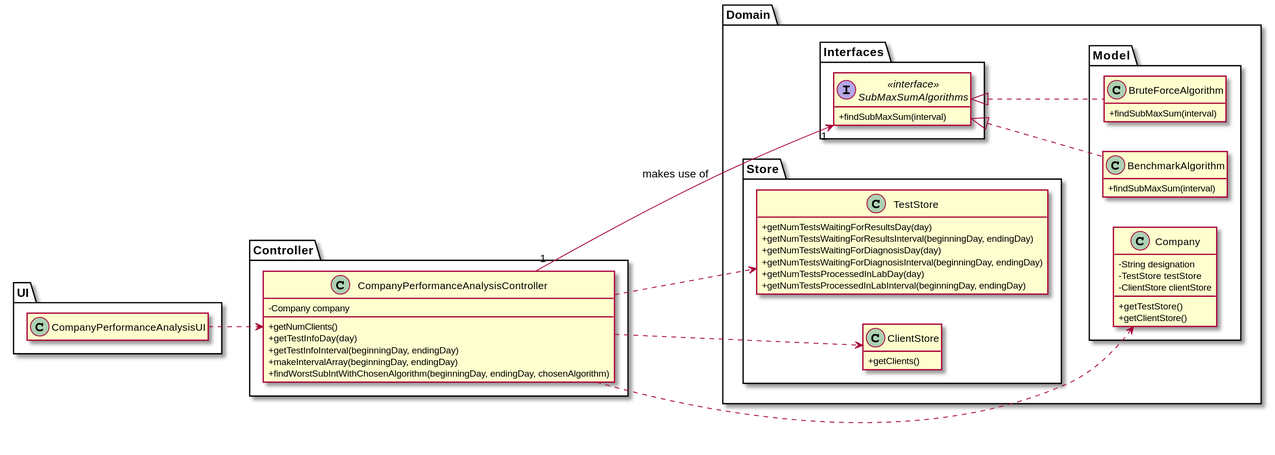
Before: docs/SprintD/US_16/US016_CD_WithPackages.svg, a diagram exported from PlantUML (ana-albergaria/LAPR2-ISEP).
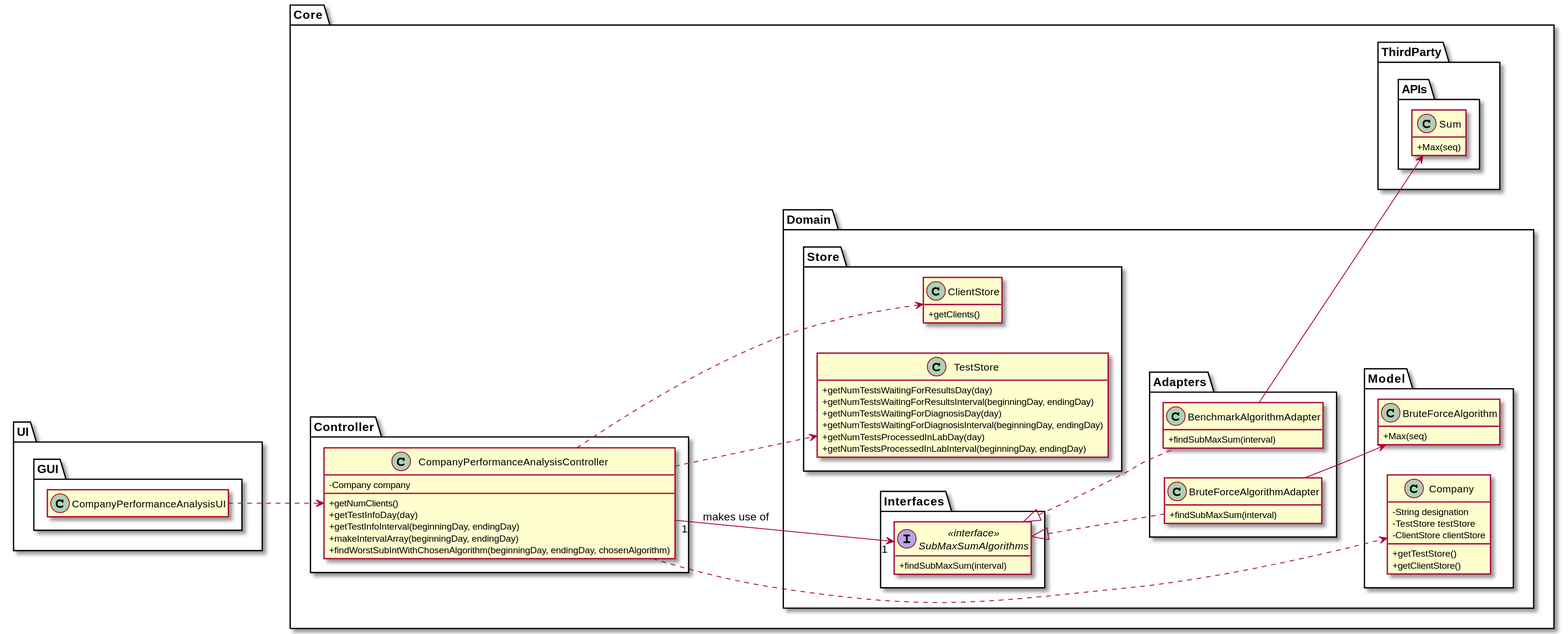
After the change.

Diff of the diagram source:
```diff
@@ -3,6 +3,8 @@
 hide empty attributes
 left to right direction
 skinparam classAttributeIconSize 0
+
+package Core{
 
 package Domain {
 
@@ -16,12 +18,8 @@
     +getClientStore()
 }
 
-class BenchmarkAlgorithm{
-    +findSubMaxSum(interval)
-}
-
 class BruteForceAlgorithm{
-    +findSubMaxSum(interval)
+    +Max(seq)
 }
 
 }
@@ -51,6 +49,18 @@
 
 }
 
+package Adapters{
+
+class BenchmarkAlgorithmAdapter{
+    +findSubMaxSum(interval)
+}
+
+class BruteForceAlgorithmAdapter{
+    +findSubMaxSum(interval)
+}
+
+}
+
 }
 
 package Controller {
@@ -66,9 +76,27 @@
 
 }
 
+package ThirdParty{
+
+package APIs {
+
+class Sum{
+    +Max(seq)
+}
+
+}
+
+}
+
+}
+
 package UI {
 
+package GUI{
+
 class CompanyPerformanceAnalysisUI{
+}
+
 }
 
 }
@@ -78,8 +106,10 @@
 CompanyPerformanceAnalysisController ..> ClientStore
 CompanyPerformanceAnalysisController ..> TestStore
 CompanyPerformanceAnalysisController "1" --> "1" SubMaxSumAlgorithms : makes use of
+BenchmarkAlgorithmAdapter --> Sum
+BruteForceAlgorithmAdapter --> BruteForceAlgorithm
 
-class BenchmarkAlgorithm implements SubMaxSumAlgorithms
-class BruteForceAlgorithm implements SubMaxSumAlgorithms
+class BenchmarkAlgorithmAdapter implements SubMaxSumAlgorithms
+class BruteForceAlgorithmAdapter implements SubMaxSumAlgorithms
 
 @enduml
```
